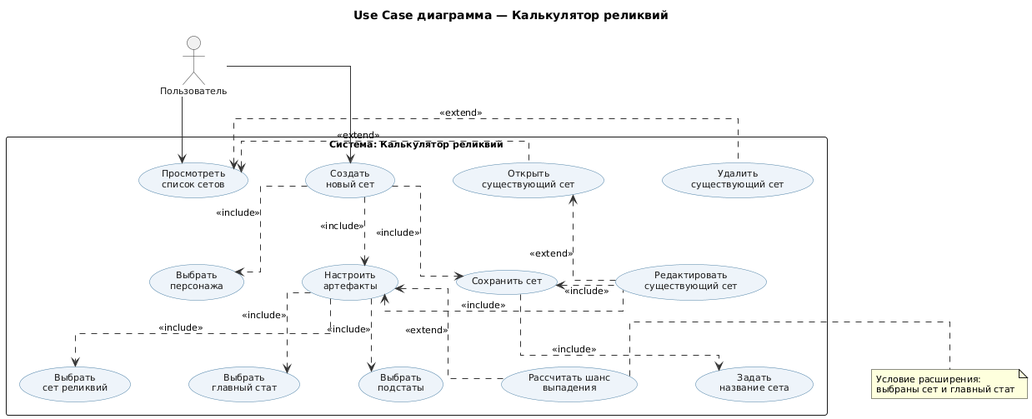
The PlantUML diagram docs/use_case.png in twensevts/constructor_hsr, before a commit. Source of this version:
```plantuml
@startuml
top to bottom direction
skinparam linetype ortho
skinparam nodesep 70
skinparam ranksep 80
skinparam defaultFontName Arial
skinparam defaultFontSize 11
skinparam backgroundColor white
skinparam ArrowColor #333333

skinparam usecase {
  BackgroundColor #EEF4FA
  BorderColor #4A7FA5
  FontColor #1A1A1A
}

skinparam actor {
  BorderColor #333333
  FontColor #1A1A1A
}

title Use Case диаграмма — Калькулятор реликвий

actor "Пользователь" as User

rectangle "Система: Калькулятор реликвий" {
  usecase "Просмотреть\nсписок сетов" as UC_ViewSets
  usecase "Создать\nновый сет" as UC_CreateSet
  usecase "Открыть\nсуществующий сет" as UC_OpenSet
  usecase "Удалить\nсуществующий сет" as UC_DeleteSet

  usecase "Выбрать\nперсонажа" as UC_SelectCharacter
  usecase "Настроить\nартефакты" as UC_ConfigArtifacts
  usecase "Выбрать\nсет реликвий" as UC_SelectRelicSet
  usecase "Выбрать\nглавный стат" as UC_SelectMainStat
  usecase "Выбрать\nподстаты" as UC_SelectSubstats
  usecase "Рассчитать шанс\nвыпадения" as UC_CalcDropChance

  usecase "Сохранить сет" as UC_SaveSet
  usecase "Задать\nназвание сета" as UC_SetName
  usecase "Редактировать\nсуществующий сет" as UC_EditSet
}

User --> UC_ViewSets
User --> UC_CreateSet

User -[hidden]down-> UC_ViewSets
UC_ViewSets -[hidden]right-> UC_CreateSet
UC_CreateSet -[hidden]right-> UC_OpenSet
UC_OpenSet -[hidden]right-> UC_DeleteSet

UC_SelectCharacter -[hidden]right-> UC_ConfigArtifacts
UC_ConfigArtifacts -[hidden]right-> UC_SaveSet
UC_SaveSet -[hidden]right-> UC_EditSet

UC_SelectRelicSet -[hidden]right-> UC_SelectMainStat
UC_SelectMainStat -[hidden]right-> UC_SelectSubstats
UC_SelectSubstats -[hidden]right-> UC_CalcDropChance

UC_CreateSet -[hidden]down-> UC_ConfigArtifacts
UC_ConfigArtifacts -[hidden]down-> UC_SelectMainStat
UC_SaveSet -[hidden]down-> UC_SetName
UC_OpenSet -[hidden]down-> UC_EditSet

UC_CreateSet .down.> UC_SelectCharacter : <<include>>
UC_CreateSet .down.> UC_ConfigArtifacts : <<include>>
UC_CreateSet .right.> UC_SaveSet : <<include>>

UC_ConfigArtifacts .down.> UC_SelectRelicSet : <<include>>
UC_ConfigArtifacts .down.> UC_SelectMainStat : <<include>>
UC_ConfigArtifacts .down.> UC_SelectSubstats : <<include>>

UC_SaveSet .down.> UC_SetName : <<include>>
UC_EditSet .left.> UC_ConfigArtifacts : <<include>>
UC_EditSet .left.> UC_SaveSet : <<include>>

UC_OpenSet .left.> UC_ViewSets : <<extend>>
UC_DeleteSet .left.> UC_ViewSets : <<extend>>
UC_EditSet .up.> UC_OpenSet : <<extend>>
UC_CalcDropChance .up.> UC_ConfigArtifacts : <<extend>>
note right of UC_CalcDropChance
  Условие расширения:
  выбраны сет и главный стат
end note
@enduml
```
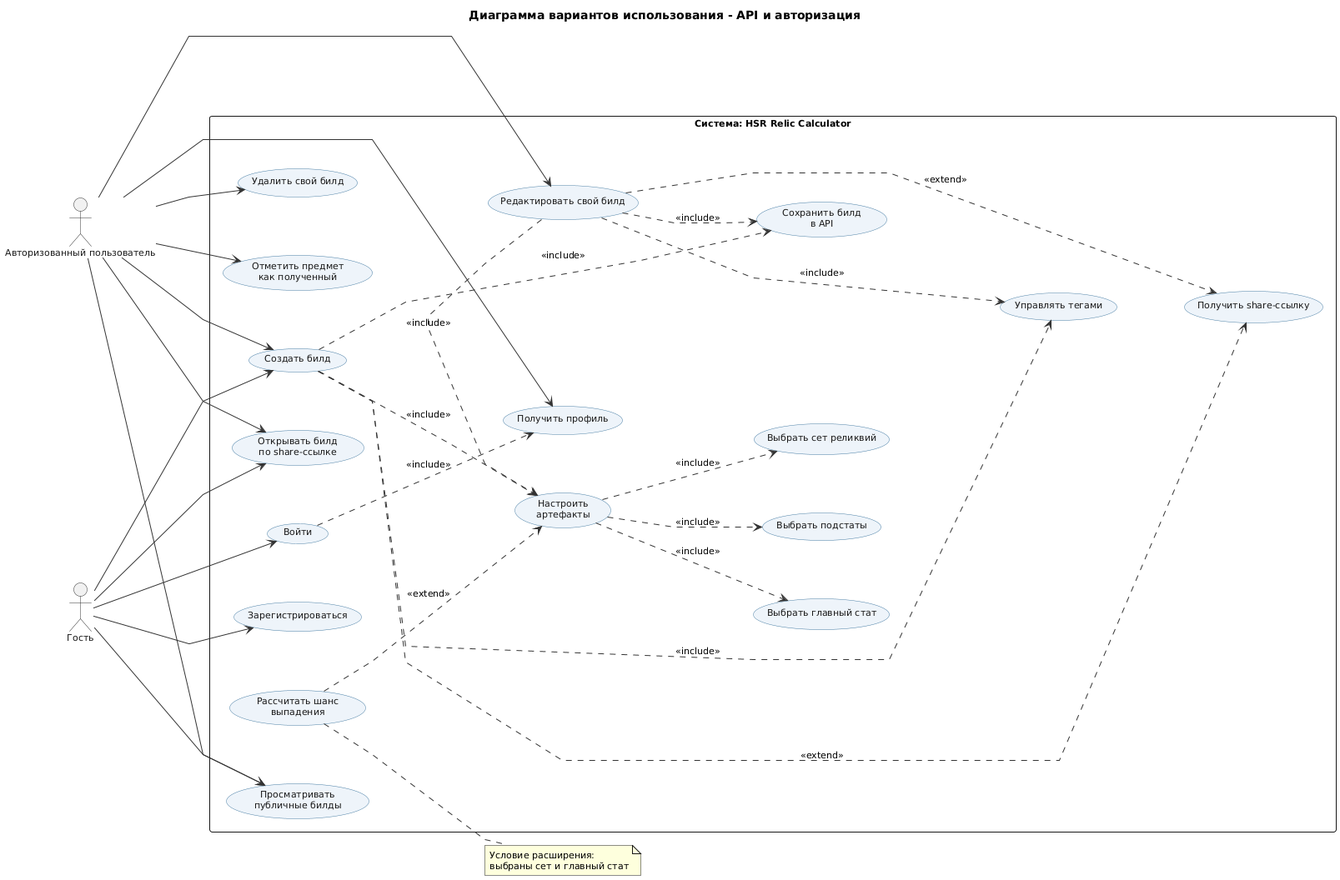
The same diagram one commit later.

Diff of the diagram source:
```diff
@@ -1,6 +1,6 @@
 @startuml
-top to bottom direction
-skinparam linetype ortho
+left to right direction
+skinparam linetype polyline
 skinparam nodesep 70
 skinparam ranksep 80
 skinparam defaultFontName Arial
@@ -19,66 +19,72 @@
   FontColor #1A1A1A
 }
 
-title Use Case диаграмма — Калькулятор реликвий
+title Диаграмма вариантов использования - API и авторизация
 
-actor "Пользователь" as User
+actor "Гость" as Guest
+actor "Авторизованный пользователь" as User
 
-rectangle "Система: Калькулятор реликвий" {
-  usecase "Просмотреть\nсписок сетов" as UC_ViewSets
-  usecase "Создать\nновый сет" as UC_CreateSet
-  usecase "Открыть\nсуществующий сет" as UC_OpenSet
-  usecase "Удалить\nсуществующий сет" as UC_DeleteSet
+rectangle "Система: HSR Relic Calculator" {
+  usecase "Просматривать\nпубличные билды" as UC_ViewPublic
+  usecase "Открывать билд\nпо share-ссылке" as UC_OpenShare
+  usecase "Зарегистрироваться" as UC_Register
+  usecase "Войти" as UC_Login
+  usecase "Получить профиль" as UC_Profile
 
-  usecase "Выбрать\nперсонажа" as UC_SelectCharacter
+  usecase "Создать билд" as UC_CreateBuild
+  usecase "Редактировать свой билд" as UC_EditBuild
+  usecase "Удалить свой билд" as UC_DeleteBuild
+  usecase "Отметить предмет\nкак полученный" as UC_MarkObtained
+  usecase "Управлять тегами" as UC_ManageTags
+
   usecase "Настроить\nартефакты" as UC_ConfigArtifacts
-  usecase "Выбрать\nсет реликвий" as UC_SelectRelicSet
-  usecase "Выбрать\nглавный стат" as UC_SelectMainStat
-  usecase "Выбрать\nподстаты" as UC_SelectSubstats
-  usecase "Рассчитать шанс\nвыпадения" as UC_CalcDropChance
-
-  usecase "Сохранить сет" as UC_SaveSet
-  usecase "Задать\nназвание сета" as UC_SetName
-  usecase "Редактировать\nсуществующий сет" as UC_EditSet
+  usecase "Выбрать сет реликвий" as UC_SelectSet
+  usecase "Выбрать главный стат" as UC_SelectMain
+  usecase "Выбрать подстаты" as UC_SelectSub
+  usecase "Рассчитать шанс\nвыпадения" as UC_CalcChance
+  usecase "Сохранить билд\nв API" as UC_SaveApi
+  usecase "Получить share-ссылку" as UC_Share
 }
 
-User --> UC_ViewSets
-User --> UC_CreateSet
+Guest --> UC_ViewPublic
+Guest --> UC_OpenShare
+Guest --> UC_Register
+Guest --> UC_Login
+Guest --> UC_CreateBuild
 
-User -[hidden]down-> UC_ViewSets
-UC_ViewSets -[hidden]right-> UC_CreateSet
-UC_CreateSet -[hidden]right-> UC_OpenSet
-UC_OpenSet -[hidden]right-> UC_DeleteSet
+User --> UC_Profile
+User --> UC_CreateBuild
+User --> UC_EditBuild
+User --> UC_DeleteBuild
+User --> UC_MarkObtained
+User --> UC_ViewPublic
+User --> UC_OpenShare
 
-UC_SelectCharacter -[hidden]right-> UC_ConfigArtifacts
-UC_ConfigArtifacts -[hidden]right-> UC_SaveSet
-UC_SaveSet -[hidden]right-> UC_EditSet
+UC_Login ..> UC_Profile : <<include>>
 
-UC_SelectRelicSet -[hidden]right-> UC_SelectMainStat
-UC_SelectMainStat -[hidden]right-> UC_SelectSubstats
-UC_SelectSubstats -[hidden]right-> UC_CalcDropChance
+UC_CreateBuild -[hidden]down-> UC_EditBuild
+UC_ConfigArtifacts -[hidden]down-> UC_SaveApi
+UC_SaveApi -[hidden]down-> UC_ManageTags
+UC_ManageTags -[hidden]down-> UC_Share
+UC_CreateBuild -[hidden]right-> UC_ConfigArtifacts
+UC_EditBuild -[hidden]right-> UC_SaveApi
 
-UC_CreateSet -[hidden]down-> UC_ConfigArtifacts
-UC_ConfigArtifacts -[hidden]down-> UC_SelectMainStat
-UC_SaveSet -[hidden]down-> UC_SetName
-UC_OpenSet -[hidden]down-> UC_EditSet
+UC_CreateBuild .right.> UC_ConfigArtifacts : <<include>>
+UC_CreateBuild .right.> UC_SaveApi : <<include>>
+UC_CreateBuild .right.> UC_ManageTags : <<include>>
+UC_CreateBuild .right.> UC_Share : <<extend>>
 
-UC_CreateSet .down.> UC_SelectCharacter : <<include>>
-UC_CreateSet .down.> UC_ConfigArtifacts : <<include>>
-UC_CreateSet .right.> UC_SaveSet : <<include>>
+UC_EditBuild .right.> UC_ConfigArtifacts : <<include>>
+UC_EditBuild .right.> UC_SaveApi : <<include>>
+UC_EditBuild .right.> UC_ManageTags : <<include>>
+UC_EditBuild .right.> UC_Share : <<extend>>
 
-UC_ConfigArtifacts .down.> UC_SelectRelicSet : <<include>>
-UC_ConfigArtifacts .down.> UC_SelectMainStat : <<include>>
-UC_ConfigArtifacts .down.> UC_SelectSubstats : <<include>>
+UC_ConfigArtifacts ..> UC_SelectSet : <<include>>
+UC_ConfigArtifacts ..> UC_SelectMain : <<include>>
+UC_ConfigArtifacts ..> UC_SelectSub : <<include>>
+UC_CalcChance ..> UC_ConfigArtifacts : <<extend>>
 
-UC_SaveSet .down.> UC_SetName : <<include>>
-UC_EditSet .left.> UC_ConfigArtifacts : <<include>>
-UC_EditSet .left.> UC_SaveSet : <<include>>
-
-UC_OpenSet .left.> UC_ViewSets : <<extend>>
-UC_DeleteSet .left.> UC_ViewSets : <<extend>>
-UC_EditSet .up.> UC_OpenSet : <<extend>>
-UC_CalcDropChance .up.> UC_ConfigArtifacts : <<extend>>
-note right of UC_CalcDropChance
+note right of UC_CalcChance
   Условие расширения:
   выбраны сет и главный стат
 end note
```
